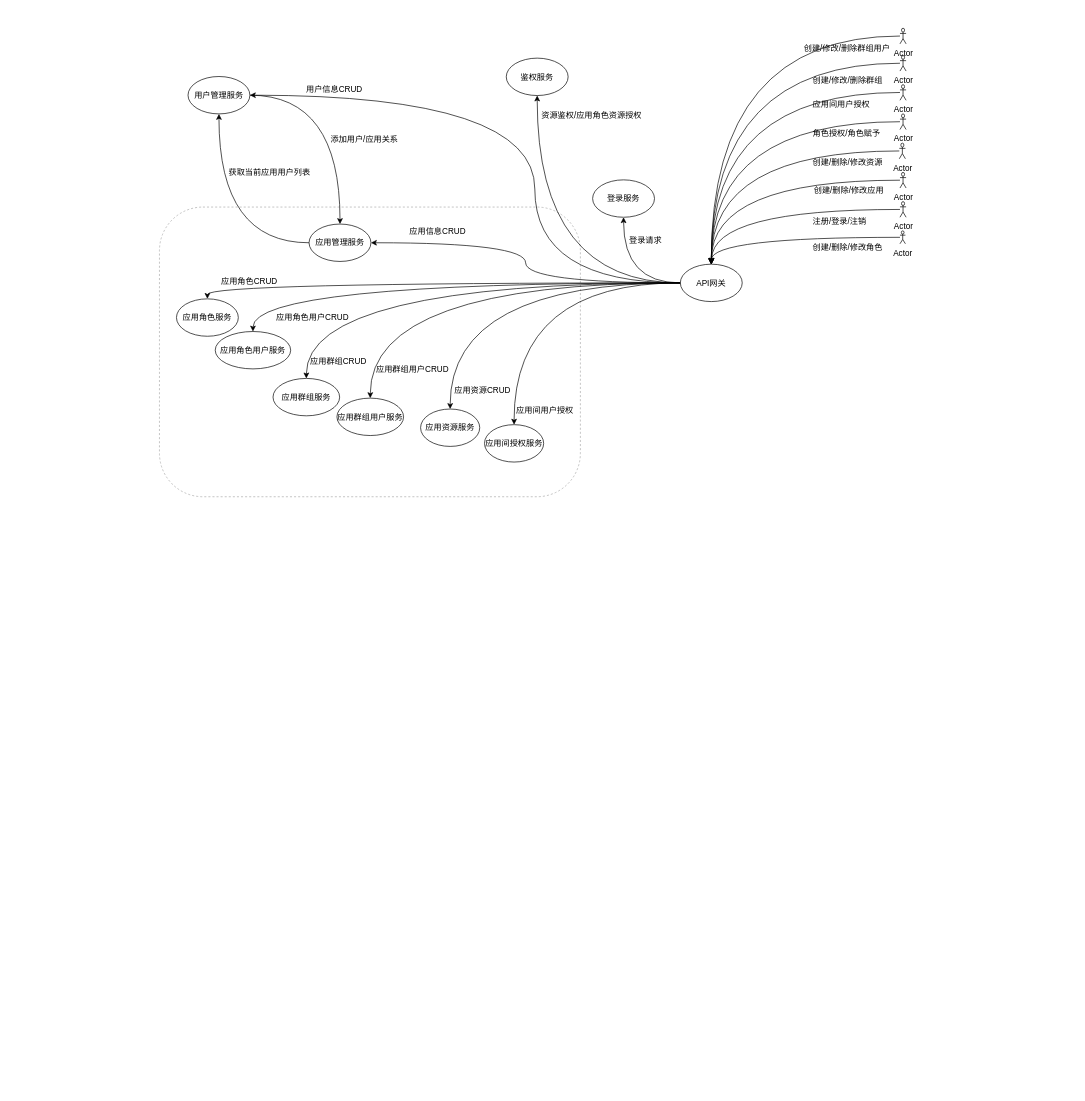
The draw.io diagram page "用户鉴权" (2 of 8) of Arch.drawio in NpoolPlatform/architecture, before the edit. Source tidied: cells renumbered, new cells numbered last; positions are measured from the earlier drawing's top-left corner, leaving out a move shared by most shapes. Both pictures are drawn from the tidied source at 68%, with x=0, y=0 at pixel (159, 28).
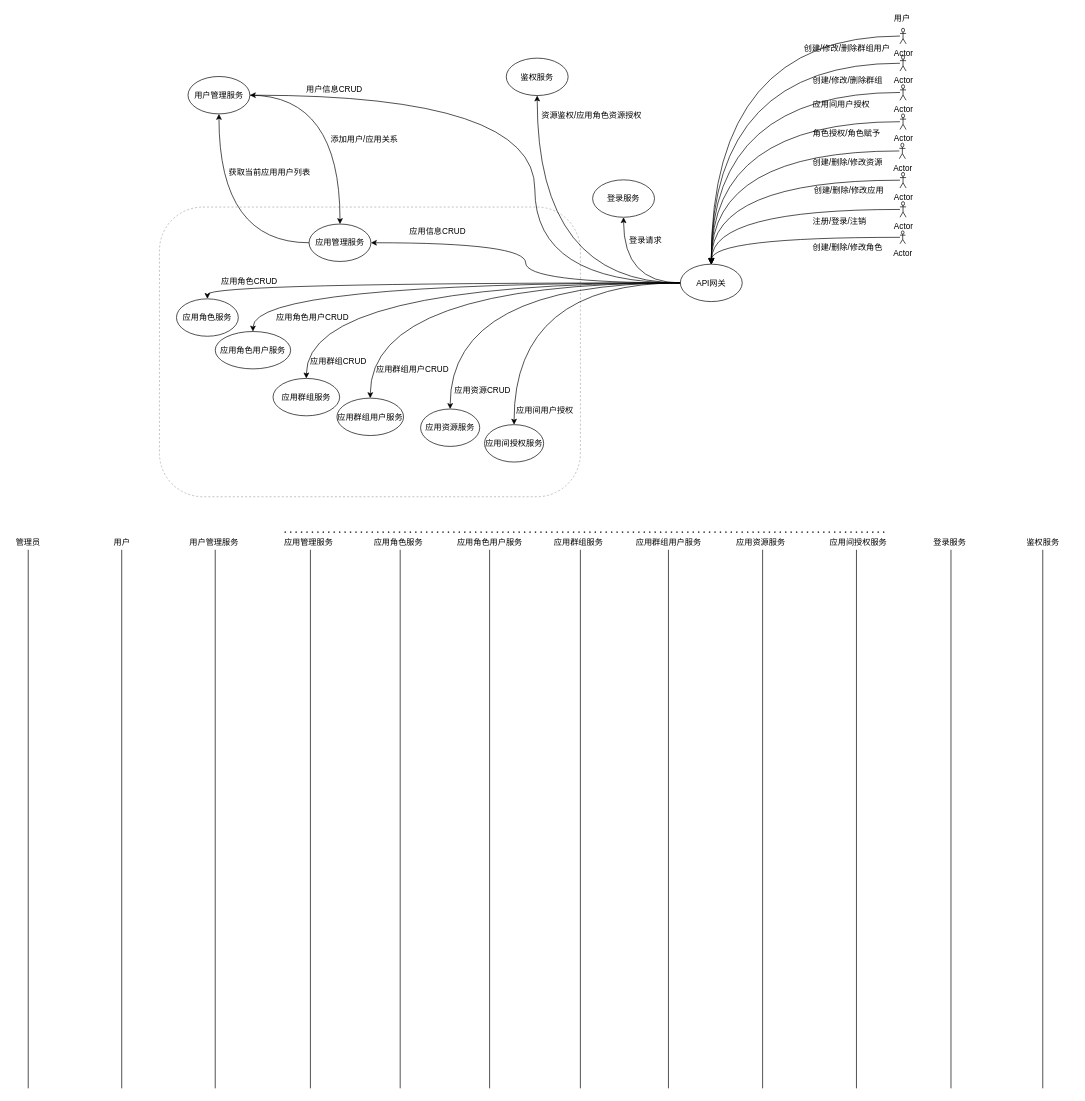
Above is the later version.

What changed in the source:
```diff
@@
+    <mxCell id="62" value="用户" style="text;html=1;strokeColor=none;fillColor=none;align=center;verticalAlign=middle;whiteSpace=wrap;rounded=0;" parent="1" vertex="1">
+      <mxGeometry x="1072" y="-24" width="41" height="20" as="geometry" />
+    </mxCell>
+    <mxCell id="63" value="管理员" style="text;html=1;strokeColor=none;fillColor=none;align=center;verticalAlign=middle;whiteSpace=wrap;rounded=0;" parent="1" vertex="1">
+      <mxGeometry x="-217" y="747" width="48" height="20" as="geometry" />
+    </mxCell>
+    <mxCell id="64" value="用户" style="text;html=1;strokeColor=none;fillColor=none;align=center;verticalAlign=middle;whiteSpace=wrap;rounded=0;" parent="1" vertex="1">
+      <mxGeometry x="-79" y="747" width="48" height="20" as="geometry" />
+    </mxCell>
+    <mxCell id="65" value="用户管理服务" style="text;html=1;strokeColor=none;fillColor=none;align=center;verticalAlign=middle;whiteSpace=wrap;rounded=0;" parent="1" vertex="1">
+      <mxGeometry x="36" y="747" width="89" height="20" as="geometry" />
+    </mxCell>
+    <mxCell id="66" value="应用管理服务" style="text;html=1;strokeColor=none;fillColor=none;align=center;verticalAlign=middle;whiteSpace=wrap;rounded=0;" parent="1" vertex="1">
+      <mxGeometry x="175" y="747" width="89" height="20" as="geometry" />
+    </mxCell>
+    <mxCell id="67" value="登录服务" style="text;html=1;strokeColor=none;fillColor=none;align=center;verticalAlign=middle;whiteSpace=wrap;rounded=0;" parent="1" vertex="1">
+      <mxGeometry x="1118" y="747" width="89" height="20" as="geometry" />
+    </mxCell>
+    <mxCell id="68" value="鉴权服务" style="text;html=1;strokeColor=none;fillColor=none;align=center;verticalAlign=middle;whiteSpace=wrap;rounded=0;" parent="1" vertex="1">
+      <mxGeometry x="1255" y="747" width="89" height="20" as="geometry" />
+    </mxCell>
+    <mxCell id="69" value="应用角色服务" style="text;html=1;strokeColor=none;fillColor=none;align=center;verticalAlign=middle;whiteSpace=wrap;rounded=0;" parent="1" vertex="1">
+      <mxGeometry x="307" y="747" width="89" height="20" as="geometry" />
+    </mxCell>
+    <mxCell id="70" value="应用角色用户服务" style="text;html=1;strokeColor=none;fillColor=none;align=center;verticalAlign=middle;whiteSpace=wrap;rounded=0;" parent="1" vertex="1">
+      <mxGeometry x="434" y="747" width="104" height="20" as="geometry" />
+    </mxCell>
+    <mxCell id="71" value="应用群组服务" style="text;html=1;strokeColor=none;fillColor=none;align=center;verticalAlign=middle;whiteSpace=wrap;rounded=0;" parent="1" vertex="1">
+      <mxGeometry x="572" y="747" width="89" height="20" as="geometry" />
+    </mxCell>
+    <mxCell id="72" value="应用群组用户服务" style="text;html=1;strokeColor=none;fillColor=none;align=center;verticalAlign=middle;whiteSpace=wrap;rounded=0;" parent="1" vertex="1">
+      <mxGeometry x="694" y="747" width="110" height="20" as="geometry" />
+    </mxCell>
+    <mxCell id="73" value="应用资源服务" style="text;html=1;strokeColor=none;fillColor=none;align=center;verticalAlign=middle;whiteSpace=wrap;rounded=0;" parent="1" vertex="1">
+      <mxGeometry x="845" y="747" width="79" height="20" as="geometry" />
+    </mxCell>
+    <mxCell id="74" value="应用间授权服务" style="text;html=1;strokeColor=none;fillColor=none;align=center;verticalAlign=middle;whiteSpace=wrap;rounded=0;" parent="1" vertex="1">
+      <mxGeometry x="981" y="747" width="94" height="20" as="geometry" />
+    </mxCell>
+    <mxCell id="75" style="endArrow=none;dashed=1;html=1;dashPattern=1 3;strokeWidth=2;" parent="1" edge="1">
+      <mxGeometry relative="1" as="geometry">
+        <mxPoint x="184" y="741" as="sourcePoint" />
+        <mxPoint x="1072" y="741" as="targetPoint" />
+      </mxGeometry>
+    </mxCell>
+    <mxCell id="76" style="endArrow=none;html=1;entryX=0.5;entryY=1;entryDx=0;entryDy=0;" parent="1" edge="1" target="63">
+      <mxGeometry relative="1" as="geometry">
+        <mxPoint x="-193" y="1559" as="sourcePoint" />
+      </mxGeometry>
+    </mxCell>
+    <mxCell id="77" style="endArrow=none;html=1;entryX=0.5;entryY=1;entryDx=0;entryDy=0;" parent="1" edge="1">
+      <mxGeometry relative="1" as="geometry">
+        <mxPoint x="-55.5" y="1559" as="sourcePoint" />
+        <mxPoint x="-55.5" y="767" as="targetPoint" />
+      </mxGeometry>
+    </mxCell>
+    <mxCell id="78" style="endArrow=none;html=1;entryX=0.5;entryY=1;entryDx=0;entryDy=0;" parent="1" edge="1">
+      <mxGeometry relative="1" as="geometry">
+        <mxPoint x="82" y="1559" as="sourcePoint" />
+        <mxPoint x="82" y="767" as="targetPoint" />
+      </mxGeometry>
+    </mxCell>
+    <mxCell id="79" style="endArrow=none;html=1;entryX=0.5;entryY=1;entryDx=0;entryDy=0;" parent="1" edge="1">
+      <mxGeometry relative="1" as="geometry">
+        <mxPoint x="222" y="1559" as="sourcePoint" />
+        <mxPoint x="222" y="767" as="targetPoint" />
+      </mxGeometry>
+    </mxCell>
+    <mxCell id="80" style="endArrow=none;html=1;entryX=0.5;entryY=1;entryDx=0;entryDy=0;" parent="1" edge="1">
+      <mxGeometry relative="1" as="geometry">
+        <mxPoint x="354" y="1559" as="sourcePoint" />
+        <mxPoint x="354" y="767" as="targetPoint" />
+      </mxGeometry>
+    </mxCell>
+    <mxCell id="81" style="endArrow=none;html=1;entryX=0.5;entryY=1;entryDx=0;entryDy=0;" parent="1" edge="1">
+      <mxGeometry relative="1" as="geometry">
+        <mxPoint x="485.5" y="1559" as="sourcePoint" />
+        <mxPoint x="485.5" y="767" as="targetPoint" />
+      </mxGeometry>
+    </mxCell>
+    <mxCell id="82" style="endArrow=none;html=1;entryX=0.5;entryY=1;entryDx=0;entryDy=0;" parent="1" edge="1">
+      <mxGeometry relative="1" as="geometry">
+        <mxPoint x="619" y="1559" as="sourcePoint" />
+        <mxPoint x="619" y="767" as="targetPoint" />
+      </mxGeometry>
+    </mxCell>
+    <mxCell id="83" style="endArrow=none;html=1;entryX=0.5;entryY=1;entryDx=0;entryDy=0;" parent="1" edge="1">
+      <mxGeometry relative="1" as="geometry">
+        <mxPoint x="748.5" y="1559" as="sourcePoint" />
+        <mxPoint x="748.5" y="767" as="targetPoint" />
+      </mxGeometry>
+    </mxCell>
+    <mxCell id="84" style="endArrow=none;html=1;entryX=0.5;entryY=1;entryDx=0;entryDy=0;" parent="1" edge="1">
+      <mxGeometry relative="1" as="geometry">
+        <mxPoint x="887" y="1559" as="sourcePoint" />
+        <mxPoint x="887" y="767" as="targetPoint" />
+      </mxGeometry>
+    </mxCell>
+    <mxCell id="85" style="endArrow=none;html=1;entryX=0.5;entryY=1;entryDx=0;entryDy=0;" parent="1" edge="1">
+      <mxGeometry relative="1" as="geometry">
+        <mxPoint x="1025" y="1559" as="sourcePoint" />
+        <mxPoint x="1025" y="767" as="targetPoint" />
+      </mxGeometry>
+    </mxCell>
+    <mxCell id="86" style="endArrow=none;html=1;entryX=0.5;entryY=1;entryDx=0;entryDy=0;" parent="1" edge="1">
+      <mxGeometry relative="1" as="geometry">
+        <mxPoint x="1164" y="1559" as="sourcePoint" />
+        <mxPoint x="1164" y="767" as="targetPoint" />
+      </mxGeometry>
+    </mxCell>
+    <mxCell id="87" style="endArrow=none;html=1;entryX=0.5;entryY=1;entryDx=0;entryDy=0;" parent="1" edge="1">
+      <mxGeometry relative="1" as="geometry">
+        <mxPoint x="1299" y="1559" as="sourcePoint" />
+        <mxPoint x="1299" y="767" as="targetPoint" />
+      </mxGeometry>
+    </mxCell>
```
